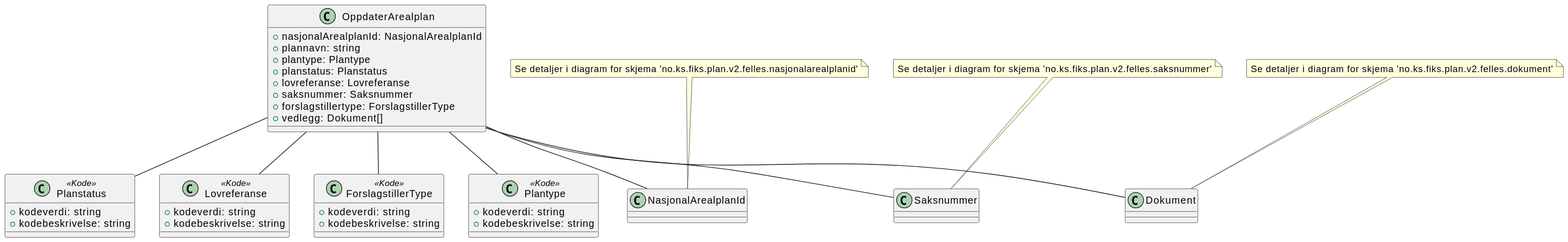
Earlier version of the PlantUML export Dokumentasjon/V2/ClassDiagrams/no.ks.fiks.plan.v2.oppdatering.arealplan.oppdater/arealplan-oppdater.svg (ks-no/fiks-plan-specification).
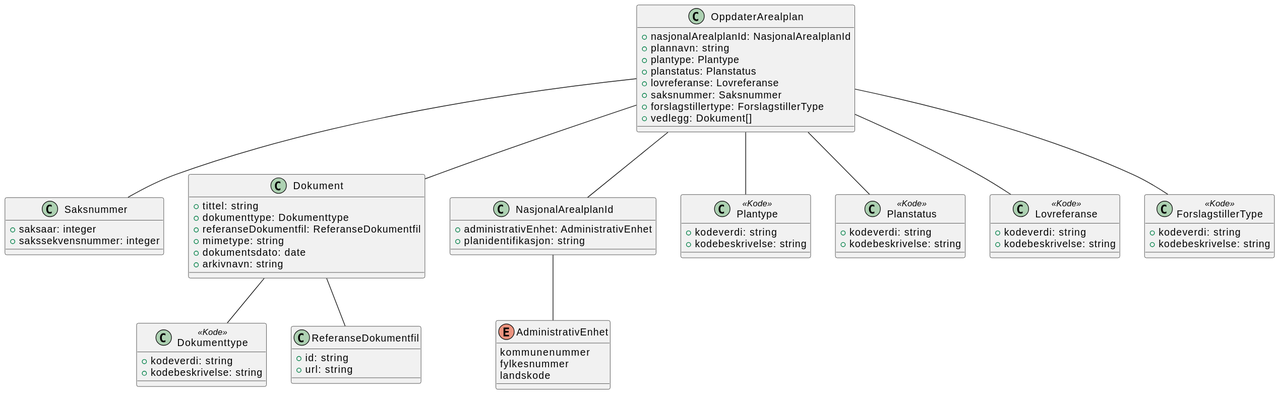
Later version of the same file.

Diff of the diagram source:
```diff
@@ -1,4 +1,8 @@
 @startuml
+!include ./../no.ks.fiks.plan.v2.felles.saksnummer/saksnummer.pu
+!include ./../no.ks.fiks.plan.v2.felles.dokument/dokument.pu
+!include ./../no.ks.fiks.plan.v2.felles.nasjonalarealplanid/nasjonalarealplanid.pu
+
 class OppdaterArealplan {
     +nasjonalArealplanId: NasjonalArealplanId
     +plannavn: string
@@ -37,8 +41,4 @@
 OppdaterArealplan -- ForslagstillerType
 OppdaterArealplan -- Saksnummer
 OppdaterArealplan -- Dokument
-
-note top of NasjonalArealplanId : Se detaljer i diagram for skjema 'no.ks.fiks.plan.v2.felles.nasjonalarealplanid'
-note top of Saksnummer : Se detaljer i diagram for skjema 'no.ks.fiks.plan.v2.felles.saksnummer'
-note top of Dokument : Se detaljer i diagram for skjema 'no.ks.fiks.plan.v2.felles.dokument'
 @enduml
```
